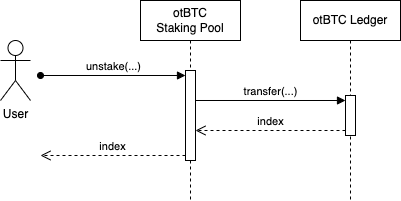
octopus-network/btc-staking-icp keeps this draw.io diagram as images/unstake.png. Above is the earlier version. Source tidied: cells renumbered, new cells last; positions are measured from the earlier drawing's top-left corner, leaving out a move shared by most shapes.
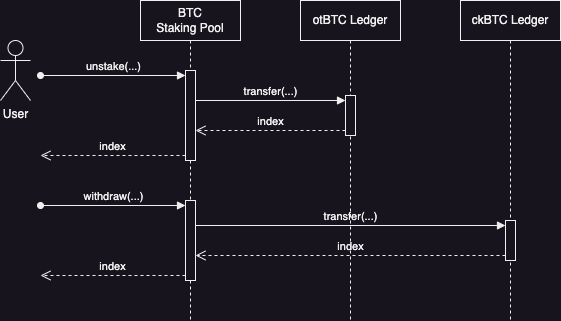
Later version of the same file.

Diff of the diagram source:
```diff
@@ -2,11 +2,36 @@
   <root>
     <mxCell id="0" />
     <mxCell id="1" parent="0" />
+    <mxCell id="11" value="&lt;span style=&quot;background-color: initial;&quot;&gt;ckBTC Ledger&lt;/span&gt;" style="shape=umlLifeline;perimeter=lifelinePerimeter;whiteSpace=wrap;html=1;newEdgeStyle={&quot;curved&quot;:0,&quot;rounded&quot;:0};" parent="1" vertex="1">
+      <mxGeometry x="460" width="100" height="320" as="geometry" />
+    </mxCell>
-    <mxCell id="2" value="otBTC&lt;div&gt;Staking Pool&lt;/div&gt;" style="shape=umlLifeline;perimeter=lifelinePerimeter;whiteSpace=wrap;html=1;newEdgeStyle={&quot;curved&quot;:0,&quot;rounded&quot;:0};" parent="1" vertex="1">
-      <mxGeometry x="140" width="100" height="200" as="geometry" />
+    <mxCell id="2" value="BTC&lt;div&gt;Staking Pool&lt;/div&gt;" style="shape=umlLifeline;perimeter=lifelinePerimeter;whiteSpace=wrap;html=1;newEdgeStyle={&quot;curved&quot;:0,&quot;rounded&quot;:0};" parent="1" vertex="1">
+      <mxGeometry x="140" width="100" height="320" as="geometry" />
     </mxCell>
+    <mxCell id="12" style="html=1;points=[[0,0,0,0,5],[0,1,0,0,-5],[1,0,0,0,5],[1,1,0,0,-5]];perimeter=orthogonalPerimeter;outlineConnect=0;targetShapes=umlLifeline;portConstraint=eastwest;newEdgeStyle={&quot;curved&quot;:0,&quot;rounded&quot;:0};" parent="2" vertex="1">
+      <mxGeometry x="45" y="200" width="10" height="80" as="geometry" />
+    </mxCell>
+    <mxCell id="13" value="withdraw(...)" style="html=1;verticalAlign=bottom;endArrow=block;curved=0;rounded=0;entryX=0;entryY=0;entryDx=0;entryDy=5;startArrow=oval;startFill=1;" parent="2" edge="1" target="12">
+      <mxGeometry relative="1" as="geometry">
+        <mxPoint x="-100" y="205" as="sourcePoint" />
+      </mxGeometry>
+    </mxCell>
+    <mxCell id="14" value="index" style="html=1;verticalAlign=bottom;endArrow=open;dashed=1;endSize=8;curved=0;rounded=0;exitX=0;exitY=1;exitDx=0;exitDy=-5;" parent="2" edge="1" source="12">
+      <mxGeometry relative="1" as="geometry">
+        <mxPoint x="-100" y="275" as="targetPoint" />
+      </mxGeometry>
+    </mxCell>
+    <mxCell id="15" style="html=1;points=[[0,0,0,0,5],[0,1,0,0,-5],[1,0,0,0,5],[1,1,0,0,-5]];perimeter=orthogonalPerimeter;outlineConnect=0;targetShapes=umlLifeline;portConstraint=eastwest;newEdgeStyle={&quot;curved&quot;:0,&quot;rounded&quot;:0};" parent="2" vertex="1">
+      <mxGeometry x="365" y="220" width="10" height="40" as="geometry" />
+    </mxCell>
+    <mxCell id="16" value="transfer(...)" style="html=1;verticalAlign=bottom;endArrow=block;curved=0;rounded=0;entryX=0;entryY=0;entryDx=0;entryDy=5;" parent="2" edge="1" source="12" target="15">
+      <mxGeometry relative="1" as="geometry" />
+    </mxCell>
+    <mxCell id="17" value="index" style="html=1;verticalAlign=bottom;endArrow=open;dashed=1;endSize=8;curved=0;rounded=0;exitX=0;exitY=1;exitDx=0;exitDy=-5;" parent="2" edge="1" source="15" target="12">
+      <mxGeometry relative="1" as="geometry" />
+    </mxCell>
     <mxCell id="3" value="&lt;span style=&quot;background-color: initial;&quot;&gt;otBTC Ledger&lt;/span&gt;" style="shape=umlLifeline;perimeter=lifelinePerimeter;whiteSpace=wrap;html=1;newEdgeStyle={&quot;curved&quot;:0,&quot;rounded&quot;:0};" parent="1" vertex="1">
-      <mxGeometry x="300" width="100" height="200" as="geometry" />
+      <mxGeometry x="300" width="100" height="320" as="geometry" />
     </mxCell>
     <mxCell id="4" style="html=1;points=[[0,0,0,0,5],[0,1,0,0,-5],[1,0,0,0,5],[1,1,0,0,-5]];perimeter=orthogonalPerimeter;outlineConnect=0;targetShapes=umlLifeline;portConstraint=eastwest;newEdgeStyle={&quot;curved&quot;:0,&quot;rounded&quot;:0};" parent="3" vertex="1">
       <mxGeometry x="-115" y="70" width="10" height="90" as="geometry" />
```
